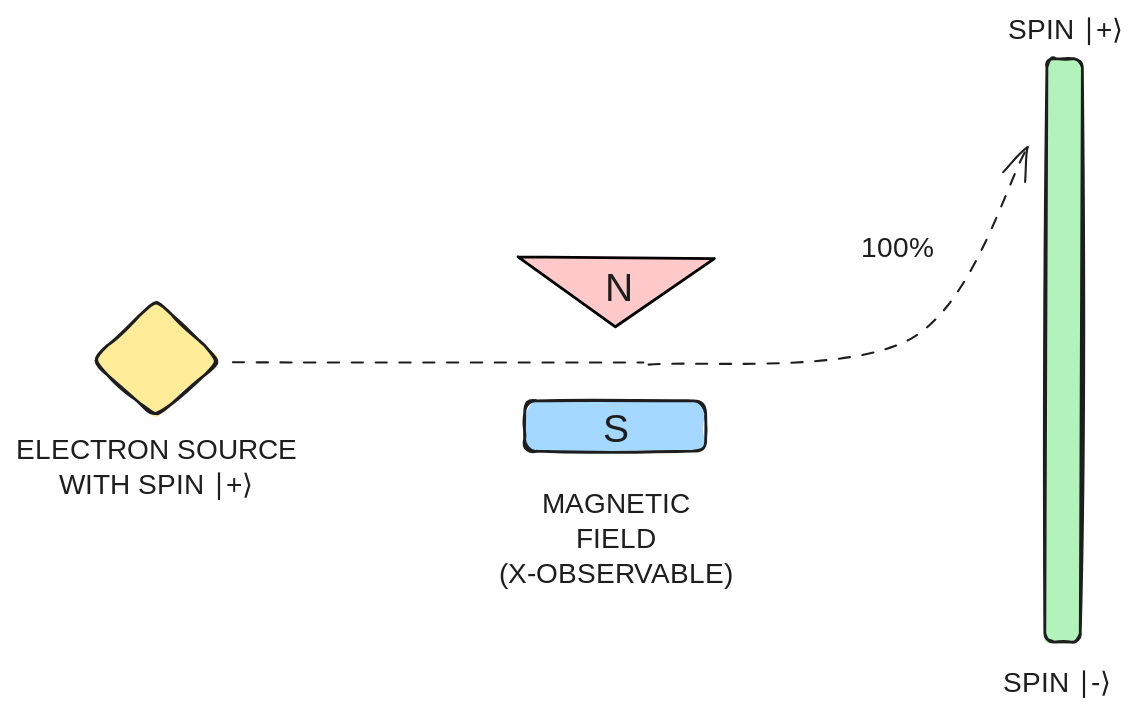
Earlier version of the Excalidraw export ndcoslo-2025/graphics/stern-gerlach-x.excalidraw.svg (filipw/filipw.github.io). Source tidied: one line per element, renumbered; positions are measured from the earlier drawing's top-left corner, leaving out a move shared by most shapes.
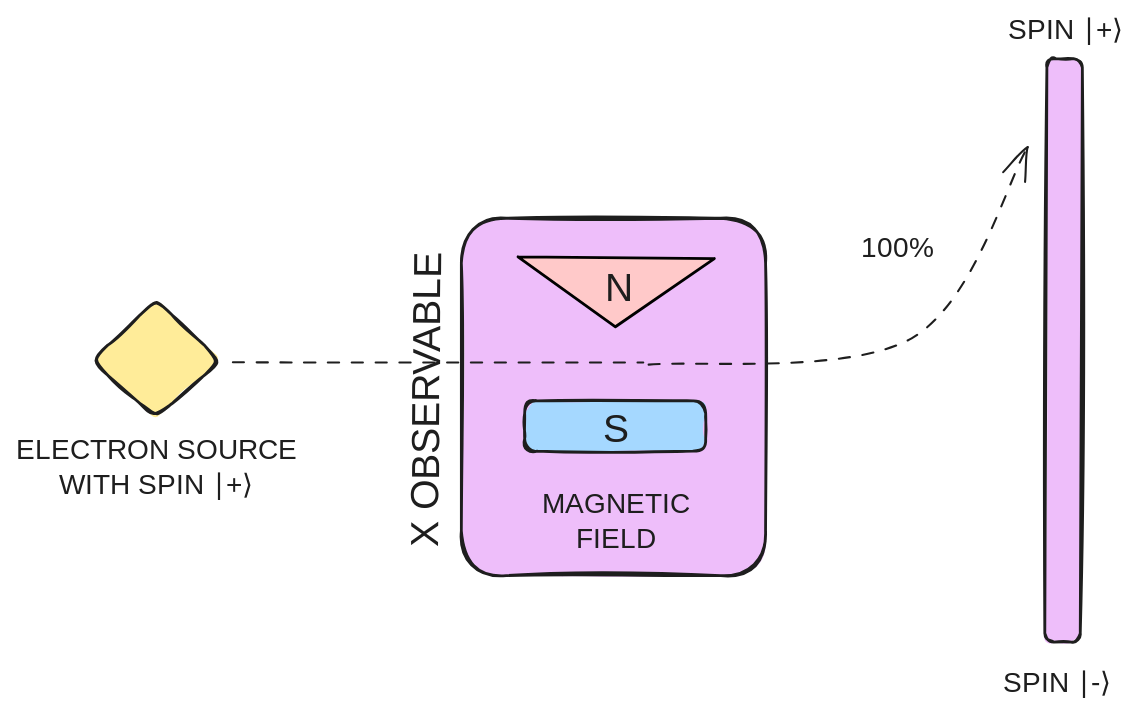
After the commit.

The edit, as a diff of the source:
```diff
@@ -1,13 +1,15 @@
+{"id": 13, "type": "rectangle", "strokeColor": "#1e1e1e", "backgroundColor": "#eebefa", "fillStyle": "solid", "strokeWidth": 2, "roughness": 1, "round": true, "x": 319, "y": 146, "width": 217, "height": 255}
+{"id": 14, "type": "text", "text": "X OBSERVABLE", "strokeColor": "#1e1e1e", "angle": 4.72, "backgroundColor": "#eebefa", "fillStyle": "solid", "strokeWidth": 2, "roughness": 1, "fontSize": 28, "fontFamily": 5, "x": 188, "y": 255, "width": 217, "height": 35}
 {"id": 0, "type": "diamond", "strokeColor": "#1e1e1e", "backgroundColor": "#ffec99", "fillStyle": "solid", "strokeWidth": 2, "roughness": 1, "round": true, "x": 55, "y": 204, "width": 92, "height": 85}
 {"id": 1, "type": "text", "text": "ELECTRON SOURCE\nWITH SPIN ∣+⟩", "strokeColor": "#1e1e1e", "backgroundColor": "#ffec99", "fillStyle": "solid", "strokeWidth": 2, "roughness": 1, "fontSize": 20, "fontFamily": 5, "textAlign": "center", "x": 0, "y": 300, "width": 203, "height": 50}
 {"id": 2, "type": "line", "strokeColor": "#000000", "angle": 3.15, "backgroundColor": "#ffc9c9", "fillStyle": "solid", "strokeWidth": 2, "roughness": 0, "x": 430, "y": 174, "width": 140, "height": 49, "points": [[0, 0], [70, 49], [-70, 49], [0, 0]]}
 {"id": 3, "type": "text", "text": "N", "strokeColor": "#1e1e1e", "strokeWidth": 2, "roughness": 1, "fontSize": 28, "fontFamily": 5, "x": 422, "y": 181, "width": 18, "height": 35}
 {"id": 4, "type": "rectangle", "strokeColor": "#1e1e1e", "backgroundColor": "#a5d8ff", "fillStyle": "solid", "strokeWidth": 2, "roughness": 1, "round": true, "x": 365, "y": 276, "width": 129, "height": 36}
 {"id": 5, "type": "text", "text": "S", "strokeColor": "#1e1e1e", "strokeWidth": 2, "roughness": 1, "fontSize": 28, "fontFamily": 5, "x": 420, "y": 281, "width": 17, "height": 35}
-{"id": 6, "type": "rectangle", "strokeColor": "#1e1e1e", "angle": 3.15, "backgroundColor": "#b2f2bb", "fillStyle": "solid", "strokeWidth": 2, "roughness": 1, "round": true, "x": 737, "y": 32, "width": 25, "height": 417}
+{"id": 6, "type": "rectangle", "strokeColor": "#1e1e1e", "angle": 3.15, "backgroundColor": "#eebefa", "fillStyle": "solid", "strokeWidth": 2, "roughness": 1, "round": true, "x": 737, "y": 32, "width": 25, "height": 417}
 {"id": 7, "type": "arrow", "strokeColor": "#1e1e1e", "backgroundColor": "#b2f2bb", "fillStyle": "solid", "strokeWidth": 1, "strokeStyle": "dashed", "roughness": 1, "round": true, "from": 0, "x": 157, "y": 248, "width": 293, "height": 1, "points": [[0, 0], [293, 1]]}
 {"id": 8, "type": "arrow", "strokeColor": "#1e1e1e", "backgroundColor": "#b2f2bb", "fillStyle": "solid", "strokeWidth": 1, "strokeStyle": "dashed", "roughness": 1, "endArrowhead": "arrow", "round": true, "to": 6, "x": 453, "y": 250, "width": 272, "height": 155, "points": [[0, 0], [189, -18], [272, -155]]}
 {"id": 9, "type": "text", "text": "SPIN ∣+⟩", "strokeColor": "#1e1e1e", "backgroundColor": "#b2f2bb", "fillStyle": "solid", "strokeWidth": 1, "strokeStyle": "dashed", "roughness": 1, "fontSize": 20, "fontFamily": 5, "x": 710, "y": 0, "width": 82, "height": 25}
 {"id": 10, "type": "text", "text": "SPIN ∣-⟩", "strokeColor": "#1e1e1e", "backgroundColor": "#b2f2bb", "fillStyle": "solid", "strokeWidth": 1, "strokeStyle": "dashed", "roughness": 1, "fontSize": 20, "fontFamily": 5, "x": 707, "y": 467, "width": 79, "height": 25}
-{"id": 11, "type": "text", "text": "MAGNETIC\nFIELD\n(X-OBSERVABLE)", "strokeColor": "#1e1e1e", "backgroundColor": "#b2f2bb", "fillStyle": "solid", "strokeWidth": 1, "strokeStyle": "dashed", "roughness": 1, "fontSize": 20, "fontFamily": 5, "textAlign": "center", "x": 344, "y": 339, "width": 172, "height": 75}
+{"id": 11, "type": "text", "text": "MAGNETIC\nFIELD", "strokeColor": "#1e1e1e", "backgroundColor": "#b2f2bb", "fillStyle": "solid", "strokeWidth": 1, "strokeStyle": "dashed", "roughness": 1, "fontSize": 20, "fontFamily": 5, "textAlign": "center", "x": 374, "y": 339, "width": 112, "height": 50}
 {"id": 12, "type": "text", "text": "100%", "strokeColor": "#1e1e1e", "strokeWidth": 2, "roughness": 1, "fontSize": 20, "fontFamily": 5, "textAlign": "center", "x": 604, "y": 156, "width": 54, "height": 25}
```
